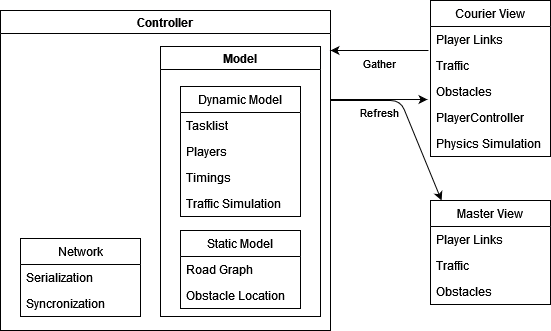
jacopograndi/thesis keeps this draw.io diagram as diagrams/game architecture.png. Above is the earlier version. Source tidied: cells renumbered, new cells last; positions are measured from the earlier drawing's top-left corner, leaving out a move shared by most shapes. Source of this version:
```xml
<mxGraphModel>
  <root>
    <mxCell id="0" />
    <mxCell id="1" parent="0" />
    <mxCell id="2" value="Controller" style="swimlane;" parent="1" vertex="1">
      <mxGeometry y="10" width="330" height="320" as="geometry" />
    </mxCell>
    <mxCell id="3" value="Model" style="swimlane;" parent="2" vertex="1">
      <mxGeometry x="160" y="36" width="160" height="270" as="geometry" />
    </mxCell>
    <mxCell id="4" value="Dynamic Model" style="swimlane;fontStyle=0;horizontal=1;startSize=26;" parent="3" vertex="1">
      <mxGeometry x="20" y="40" width="120" height="130" as="geometry" />
    </mxCell>
    <mxCell id="5" value="Tasklist" style="text;strokeColor=none;fillColor=none;align=left;verticalAlign=top;spacingLeft=4;spacingRight=4;overflow=hidden;" parent="4" vertex="1">
      <mxGeometry y="26" width="120" height="26" as="geometry" />
    </mxCell>
    <mxCell id="6" value="Players" style="text;strokeColor=none;fillColor=none;align=left;verticalAlign=top;spacingLeft=4;spacingRight=4;overflow=hidden;" parent="4" vertex="1">
      <mxGeometry y="52" width="120" height="26" as="geometry" />
    </mxCell>
    <mxCell id="7" value="Timings" style="text;strokeColor=none;fillColor=none;align=left;verticalAlign=top;spacingLeft=4;spacingRight=4;overflow=hidden;" parent="4" vertex="1">
      <mxGeometry y="78" width="120" height="26" as="geometry" />
    </mxCell>
    <mxCell id="8" value="Traffic Simulation" style="text;strokeColor=none;fillColor=none;align=left;verticalAlign=top;spacingLeft=4;spacingRight=4;overflow=hidden;" parent="4" vertex="1">
      <mxGeometry y="104" width="120" height="26" as="geometry" />
    </mxCell>
    <mxCell id="9" value="Static Model" style="swimlane;fontStyle=0;horizontal=1;startSize=26;" parent="3" vertex="1">
      <mxGeometry x="20" y="184" width="120" height="78" as="geometry" />
    </mxCell>
    <mxCell id="10" value="Road Graph" style="text;strokeColor=none;fillColor=none;align=left;verticalAlign=top;spacingLeft=4;spacingRight=4;overflow=hidden;" parent="9" vertex="1">
      <mxGeometry y="26" width="120" height="26" as="geometry" />
    </mxCell>
    <mxCell id="11" value="Obstacle Location" style="text;strokeColor=none;fillColor=none;align=left;verticalAlign=top;spacingLeft=4;spacingRight=4;overflow=hidden;" parent="9" vertex="1">
      <mxGeometry y="52" width="120" height="26" as="geometry" />
    </mxCell>
    <mxCell id="12" value="Network" style="swimlane;fontStyle=0;horizontal=1;startSize=26;" parent="2" vertex="1">
      <mxGeometry x="20" y="228" width="120" height="78" as="geometry" />
    </mxCell>
    <mxCell id="13" value="Serialization" style="text;strokeColor=none;fillColor=none;align=left;verticalAlign=top;spacingLeft=4;spacingRight=4;overflow=hidden;" parent="12" vertex="1">
      <mxGeometry y="26" width="120" height="26" as="geometry" />
    </mxCell>
    <mxCell id="14" value="Syncronization" style="text;strokeColor=none;fillColor=none;align=left;verticalAlign=top;spacingLeft=4;spacingRight=4;overflow=hidden;" parent="12" vertex="1">
      <mxGeometry y="52" width="120" height="26" as="geometry" />
    </mxCell>
    <mxCell id="15" value="Courier View" style="swimlane;fontStyle=0;horizontal=1;startSize=26;" parent="1" vertex="1">
      <mxGeometry x="430" width="120" height="156" as="geometry" />
    </mxCell>
    <mxCell id="16" value="Player Links&#10;" style="text;strokeColor=none;fillColor=none;align=left;verticalAlign=top;spacingLeft=4;spacingRight=4;overflow=hidden;points=[[0,0.5],[1,0.5]];portConstraint=eastwest;" parent="15" vertex="1">
      <mxGeometry y="26" width="120" height="26" as="geometry" />
    </mxCell>
    <mxCell id="17" value="Traffic" style="text;strokeColor=none;fillColor=none;align=left;verticalAlign=top;spacingLeft=4;spacingRight=4;overflow=hidden;points=[[0,0.5],[1,0.5]];portConstraint=eastwest;" parent="15" vertex="1">
      <mxGeometry y="52" width="120" height="26" as="geometry" />
    </mxCell>
    <mxCell id="18" value="Obstacles" style="text;strokeColor=none;fillColor=none;align=left;verticalAlign=top;spacingLeft=4;spacingRight=4;overflow=hidden;points=[[0,0.5],[1,0.5]];portConstraint=eastwest;" parent="15" vertex="1">
      <mxGeometry y="78" width="120" height="26" as="geometry" />
    </mxCell>
    <mxCell id="19" value="PlayerController" style="text;strokeColor=none;fillColor=none;align=left;verticalAlign=top;spacingLeft=4;spacingRight=4;overflow=hidden;" parent="15" vertex="1">
      <mxGeometry y="104" width="120" height="26" as="geometry" />
    </mxCell>
    <mxCell id="20" value="Physics Simulation" style="text;strokeColor=none;fillColor=none;align=left;verticalAlign=top;spacingLeft=4;spacingRight=4;overflow=hidden;points=[[0,0.5],[1,0.5]];portConstraint=eastwest;" parent="15" vertex="1">
      <mxGeometry y="130" width="120" height="26" as="geometry" />
    </mxCell>
    <mxCell id="21" value="Master View" style="swimlane;fontStyle=0;horizontal=1;startSize=26;" parent="1" vertex="1">
      <mxGeometry x="430" y="200" width="120" height="104" as="geometry" />
    </mxCell>
    <mxCell id="22" value="Player Links&#10;" style="text;strokeColor=none;fillColor=none;align=left;verticalAlign=top;spacingLeft=4;spacingRight=4;overflow=hidden;" parent="21" vertex="1">
      <mxGeometry y="26" width="120" height="26" as="geometry" />
    </mxCell>
    <mxCell id="23" value="Traffic" style="text;strokeColor=none;fillColor=none;align=left;verticalAlign=top;spacingLeft=4;spacingRight=4;overflow=hidden;points=[[0,0.5],[1,0.5]];portConstraint=eastwest;" parent="21" vertex="1">
      <mxGeometry y="52" width="120" height="26" as="geometry" />
    </mxCell>
    <mxCell id="24" value="Obstacles" style="text;strokeColor=none;fillColor=none;align=left;verticalAlign=top;spacingLeft=4;spacingRight=4;overflow=hidden;" parent="21" vertex="1">
      <mxGeometry y="78" width="120" height="26" as="geometry" />
    </mxCell>
    <mxCell id="25" value="Refresh" style="endArrow=classic;html=1;entryX=-0.025;entryY=0.808;entryDx=0;entryDy=0;entryPerimeter=0;horizontal=1;verticalAlign=top;" parent="1" edge="1" target="18">
      <mxGeometry relative="1" as="geometry">
        <mxPoint x="330" y="99" as="sourcePoint" />
      </mxGeometry>
    </mxCell>
    <mxCell id="26" style="endArrow=classic;html=1;entryX=0.092;entryY=0;entryDx=0;entryDy=0;entryPerimeter=0;" parent="1" edge="1" target="21">
      <mxGeometry relative="1" as="geometry">
        <mxPoint x="330" y="100" as="sourcePoint" />
        <Array as="points">
          <mxPoint x="400" y="100" />
        </Array>
      </mxGeometry>
    </mxCell>
    <mxCell id="27" value="Gather" style="endArrow=classic;html=1;horizontal=1;verticalAlign=top;exitX=-0.017;exitY=0.923;exitDx=0;exitDy=0;exitPerimeter=0;" parent="1" edge="1" source="16">
      <mxGeometry relative="1" as="geometry">
        <mxPoint x="330" y="50" as="targetPoint" />
      </mxGeometry>
    </mxCell>
  </root>
</mxGraphModel>
```
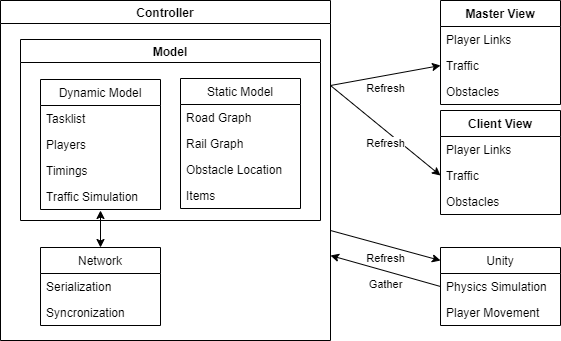
After the commit.

What changed in the source:
```diff
@@ -3,10 +3,10 @@
     <mxCell id="0" />
     <mxCell id="1" parent="0" />
     <mxCell id="2" value="Controller" style="swimlane;" parent="1" vertex="1">
-      <mxGeometry y="10" width="330" height="320" as="geometry" />
+      <mxGeometry y="10" width="330" height="340" as="geometry" />
     </mxCell>
     <mxCell id="3" value="Model" style="swimlane;" parent="2" vertex="1">
-      <mxGeometry x="160" y="36" width="160" height="270" as="geometry" />
+      <mxGeometry x="20" y="39" width="300" height="181" as="geometry" />
     </mxCell>
     <mxCell id="4" value="Dynamic Model" style="swimlane;fontStyle=0;horizontal=1;startSize=26;" parent="3" vertex="1">
       <mxGeometry x="20" y="40" width="120" height="130" as="geometry" />
@@ -24,16 +24,22 @@
       <mxGeometry y="104" width="120" height="26" as="geometry" />
     </mxCell>
     <mxCell id="9" value="Static Model" style="swimlane;fontStyle=0;horizontal=1;startSize=26;" parent="3" vertex="1">
-      <mxGeometry x="20" y="184" width="120" height="78" as="geometry" />
+      <mxGeometry x="160" y="39" width="120" height="130" as="geometry" />
     </mxCell>
     <mxCell id="10" value="Road Graph" style="text;strokeColor=none;fillColor=none;align=left;verticalAlign=top;spacingLeft=4;spacingRight=4;overflow=hidden;" parent="9" vertex="1">
       <mxGeometry y="26" width="120" height="26" as="geometry" />
     </mxCell>
-    <mxCell id="11" value="Obstacle Location" style="text;strokeColor=none;fillColor=none;align=left;verticalAlign=top;spacingLeft=4;spacingRight=4;overflow=hidden;" parent="9" vertex="1">
+    <mxCell id="11" value="Rail Graph" style="text;strokeColor=none;fillColor=none;align=left;verticalAlign=top;spacingLeft=4;spacingRight=4;overflow=hidden;" parent="9" vertex="1">
       <mxGeometry y="52" width="120" height="26" as="geometry" />
     </mxCell>
+    <mxCell id="28" value="Obstacle Location" style="text;strokeColor=none;fillColor=none;align=left;verticalAlign=top;spacingLeft=4;spacingRight=4;overflow=hidden;" parent="9" vertex="1">
+      <mxGeometry y="78" width="120" height="26" as="geometry" />
+    </mxCell>
+    <mxCell id="29" value="Items" style="text;strokeColor=none;fillColor=none;align=left;verticalAlign=top;spacingLeft=4;spacingRight=4;overflow=hidden;" parent="9" vertex="1">
+      <mxGeometry y="104" width="120" height="26" as="geometry" />
+    </mxCell>
     <mxCell id="12" value="Network" style="swimlane;fontStyle=0;horizontal=1;startSize=26;" parent="2" vertex="1">
-      <mxGeometry x="20" y="228" width="120" height="78" as="geometry" />
+      <mxGeometry x="40" y="247" width="120" height="78" as="geometry" />
     </mxCell>
     <mxCell id="13" value="Serialization" style="text;strokeColor=none;fillColor=none;align=left;verticalAlign=top;spacingLeft=4;spacingRight=4;overflow=hidden;" parent="12" vertex="1">
       <mxGeometry y="26" width="120" height="26" as="geometry" />
@@ -41,8 +47,13 @@
     <mxCell id="14" value="Syncronization" style="text;strokeColor=none;fillColor=none;align=left;verticalAlign=top;spacingLeft=4;spacingRight=4;overflow=hidden;" parent="12" vertex="1">
       <mxGeometry y="52" width="120" height="26" as="geometry" />
     </mxCell>
+    <mxCell id="30" style="edgeStyle=none;rounded=0;jettySize=auto;html=1;startArrow=classic;startFill=1;exitX=0.5;exitY=0;exitDx=0;exitDy=0;" parent="2" edge="1" source="12">
+      <mxGeometry relative="1" as="geometry">
+        <mxPoint x="100" y="210" as="targetPoint" />
+      </mxGeometry>
+    </mxCell>
-    <mxCell id="15" value="Courier View" style="swimlane;fontStyle=0;horizontal=1;startSize=26;" parent="1" vertex="1">
-      <mxGeometry x="430" width="120" height="156" as="geometry" />
+    <mxCell id="15" value="Client View" style="swimlane;fontStyle=1;horizontal=1;startSize=26;" parent="1" vertex="1">
+      <mxGeometry x="440" y="120" width="120" height="104" as="geometry" />
     </mxCell>
     <mxCell id="16" value="Player Links&#10;" style="text;strokeColor=none;fillColor=none;align=left;verticalAlign=top;spacingLeft=4;spacingRight=4;overflow=hidden;points=[[0,0.5],[1,0.5]];portConstraint=eastwest;" parent="15" vertex="1">
       <mxGeometry y="26" width="120" height="26" as="geometry" />
@@ -53,14 +64,8 @@
     <mxCell id="18" value="Obstacles" style="text;strokeColor=none;fillColor=none;align=left;verticalAlign=top;spacingLeft=4;spacingRight=4;overflow=hidden;points=[[0,0.5],[1,0.5]];portConstraint=eastwest;" parent="15" vertex="1">
       <mxGeometry y="78" width="120" height="26" as="geometry" />
     </mxCell>
-    <mxCell id="19" value="PlayerController" style="text;strokeColor=none;fillColor=none;align=left;verticalAlign=top;spacingLeft=4;spacingRight=4;overflow=hidden;" parent="15" vertex="1">
-      <mxGeometry y="104" width="120" height="26" as="geometry" />
-    </mxCell>
-    <mxCell id="20" value="Physics Simulation" style="text;strokeColor=none;fillColor=none;align=left;verticalAlign=top;spacingLeft=4;spacingRight=4;overflow=hidden;points=[[0,0.5],[1,0.5]];portConstraint=eastwest;" parent="15" vertex="1">
-      <mxGeometry y="130" width="120" height="26" as="geometry" />
-    </mxCell>
-    <mxCell id="21" value="Master View" style="swimlane;fontStyle=0;horizontal=1;startSize=26;" parent="1" vertex="1">
-      <mxGeometry x="430" y="200" width="120" height="104" as="geometry" />
+    <mxCell id="21" value="Master View" style="swimlane;fontStyle=1;horizontal=1;startSize=26;" parent="1" vertex="1">
+      <mxGeometry x="440" y="10" width="120" height="104" as="geometry" />
     </mxCell>
     <mxCell id="22" value="Player Links&#10;" style="text;strokeColor=none;fillColor=none;align=left;verticalAlign=top;spacingLeft=4;spacingRight=4;overflow=hidden;" parent="21" vertex="1">
       <mxGeometry y="26" width="120" height="26" as="geometry" />
@@ -71,23 +76,28 @@
     <mxCell id="24" value="Obstacles" style="text;strokeColor=none;fillColor=none;align=left;verticalAlign=top;spacingLeft=4;spacingRight=4;overflow=hidden;" parent="21" vertex="1">
       <mxGeometry y="78" width="120" height="26" as="geometry" />
     </mxCell>
-    <mxCell id="25" value="Refresh" style="endArrow=classic;html=1;entryX=-0.025;entryY=0.808;entryDx=0;entryDy=0;entryPerimeter=0;horizontal=1;verticalAlign=top;" parent="1" edge="1" target="18">
-      <mxGeometry relative="1" as="geometry">
-        <mxPoint x="330" y="99" as="sourcePoint" />
-      </mxGeometry>
+    <mxCell id="25" value="Refresh" style="endArrow=classic;html=1;entryX=0;entryY=0.5;entryDx=0;entryDy=0;horizontal=1;verticalAlign=top;exitX=1;exitY=0.25;exitDx=0;exitDy=0;" parent="1" edge="1" source="2" target="17">
+      <mxGeometry relative="1" as="geometry" />
     </mxCell>
-    <mxCell id="26" style="endArrow=classic;html=1;entryX=0.092;entryY=0;entryDx=0;entryDy=0;entryPerimeter=0;" parent="1" edge="1" target="21">
-      <mxGeometry relative="1" as="geometry">
-        <mxPoint x="330" y="100" as="sourcePoint" />
-        <Array as="points">
-          <mxPoint x="400" y="100" />
-        </Array>
-      </mxGeometry>
-    </mxCell>
+    <mxCell id="31" value="Refresh" style="endArrow=classic;html=1;entryX=0;entryY=0.5;entryDx=0;entryDy=0;horizontal=1;verticalAlign=top;exitX=1;exitY=0.25;exitDx=0;exitDy=0;" parent="1" edge="1" source="2" target="23">
+      <mxGeometry relative="1" as="geometry" />
+    </mxCell>
+    <mxCell id="32" value="Unity" style="swimlane;fontStyle=0;horizontal=1;startSize=26;" parent="1" vertex="1">
+      <mxGeometry x="440" y="257" width="120" height="78" as="geometry" />
+    </mxCell>
+    <mxCell id="20" value="Physics Simulation" style="text;strokeColor=none;fillColor=none;align=left;verticalAlign=top;spacingLeft=4;spacingRight=4;overflow=hidden;points=[[0,0.5],[1,0.5]];portConstraint=eastwest;" parent="32" vertex="1">
+      <mxGeometry y="26" width="120" height="26" as="geometry" />
+    </mxCell>
+    <mxCell id="33" value="Player Movement" style="text;strokeColor=none;fillColor=none;align=left;verticalAlign=top;spacingLeft=4;spacingRight=4;overflow=hidden;" parent="32" vertex="1">
+      <mxGeometry y="52" width="120" height="26" as="geometry" />
+    </mxCell>
-    <mxCell id="27" value="Gather" style="endArrow=classic;html=1;horizontal=1;verticalAlign=top;exitX=-0.017;exitY=0.923;exitDx=0;exitDy=0;exitPerimeter=0;" parent="1" edge="1" source="16">
-      <mxGeometry relative="1" as="geometry">
-        <mxPoint x="330" y="50" as="targetPoint" />
-      </mxGeometry>
+    <mxCell id="27" value="Gather" style="endArrow=classic;html=1;entryX=1;entryY=0.75;entryDx=0;entryDy=0;horizontal=1;verticalAlign=top;exitX=0;exitY=0.5;exitDx=0;exitDy=0;" parent="1" edge="1" source="20" target="2">
+      <mxGeometry relative="1" as="geometry" />
     </mxCell>
+    <mxCell id="34" value="Refresh" style="endArrow=classic;html=1;entryX=0;entryY=0.167;entryDx=0;entryDy=0;horizontal=1;verticalAlign=top;exitX=1;exitY=0.25;exitDx=0;exitDy=0;entryPerimeter=0;" parent="1" edge="1" target="32">
+      <mxGeometry relative="1" as="geometry">
+        <mxPoint x="330" y="240" as="sourcePoint" />
+      </mxGeometry>
+    </mxCell>
   </root>
 </mxGraphModel>
```
